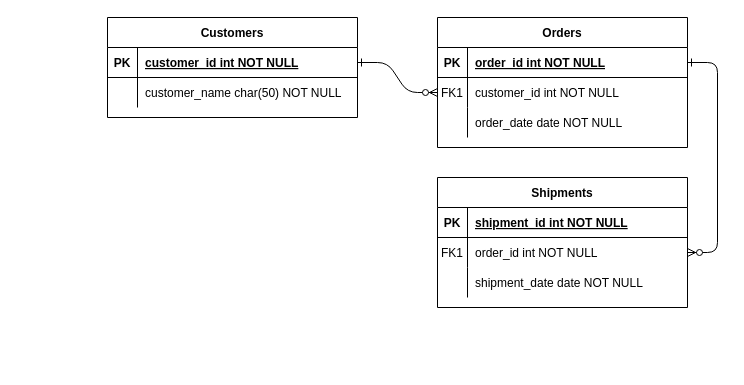
The draw.io diagram Diagram file XML/MoneyManager.drawio in moulasilz/Diagram, before the edit. Source tidied: cells renumbered, new cells numbered last; positions are measured from the earlier drawing's top-left corner, leaving out a move shared by most shapes. Both pictures are drawn from the tidied source at 100%, with x=0, y=0 at pixel (107, 17).
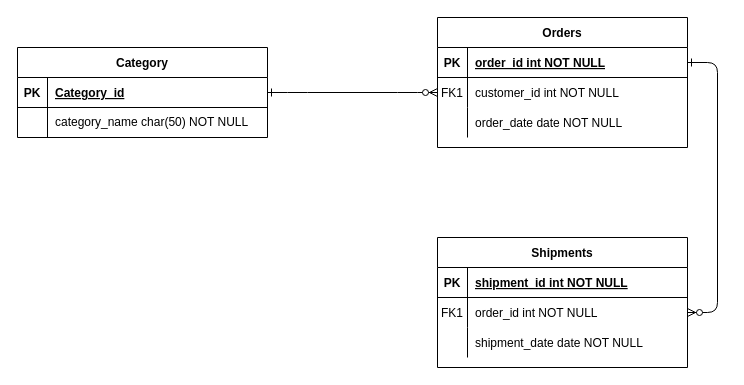
The same diagram, later.

Unchanged cells that the change refers to:
```xml
<mxCell id="25" style="shape=partialRectangle;fillColor=none;points=[[0,0.5],[1,0.5]];portConstraint=eastwest;top=0;left=0;right=0;bottom=1;" parent="24" vertex="1">
  <mxGeometry y="30" width="250" height="30" as="geometry" />
</mxCell>
<mxCell id="28" style="shape=partialRectangle;fillColor=none;top=0;left=0;right=0;bottom=0;" parent="24" vertex="1">
  <mxGeometry y="60" width="250" height="30" as="geometry" />
</mxCell>
```

What changed in the source:
```diff
@@
     <mxCell id="14" value="Shipments" style="shape=table;startSize=30;childLayout=tableLayout;rowLines=0;fontStyle=1;align=center;" parent="1" vertex="1">
-      <mxGeometry x="330" y="160" width="250" height="130" as="geometry" />
+      <mxGeometry x="330" y="220" width="250" height="130" as="geometry" />
     </mxCell>
@@
-    <mxCell id="24" value="Customers" style="shape=table;startSize=30;childLayout=tableLayout;rowLines=0;fontStyle=1;align=center;" parent="1" vertex="1">
-      <mxGeometry width="250" height="100" as="geometry" />
+    <mxCell id="24" value="Category" style="shape=table;startSize=30;childLayout=tableLayout;rowLines=0;fontStyle=1;align=center;columnLines=1;" parent="1" vertex="1">
+      <mxGeometry x="-90" y="30" width="250" height="90" as="geometry" />
     </mxCell>
@@
-    <mxCell id="27" value="customer_id int NOT NULL " style="shape=partialRectangle;overflow=hidden;fillColor=none;top=0;left=0;bottom=0;right=0;align=left;spacingLeft=6;fontStyle=5;" parent="25" vertex="1">
+    <mxCell id="27" value="Category_id" style="shape=partialRectangle;overflow=hidden;fillColor=none;top=0;left=0;bottom=0;right=0;align=left;spacingLeft=6;fontStyle=5;" parent="25" vertex="1">
       <mxGeometry x="30" width="220" height="30" as="geometry" />
     </mxCell>
@@
-    <mxCell id="30" value="customer_name char(50) NOT NULL" style="shape=partialRectangle;overflow=hidden;fillColor=none;top=0;left=0;bottom=0;right=0;align=left;spacingLeft=6;" parent="28" vertex="1">
+    <mxCell id="30" value="category_name char(50) NOT NULL" style="shape=partialRectangle;overflow=hidden;fillColor=none;top=0;left=0;bottom=0;right=0;align=left;spacingLeft=6;labelBackgroundColor=none;labelBorderColor=none;horizontal=1;verticalAlign=middle;whiteSpace=wrap;spacing=2;spacingBottom=0;" parent="28" vertex="1">
       <mxGeometry x="30" width="220" height="30" as="geometry" />
     </mxCell>
```
